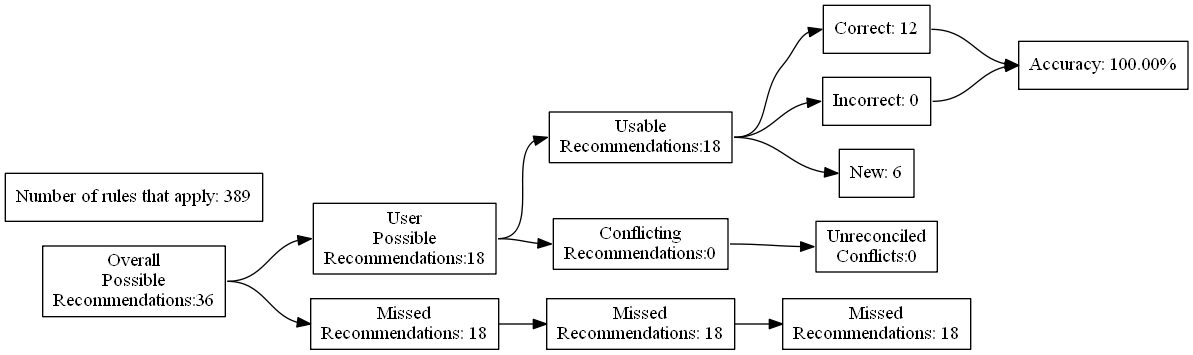
Earlier version of the Graphviz export test_renders/88.gv.png (ZaxR/ibd_diet_analysis). Its source is kept beside it as test_renders/88.gv.
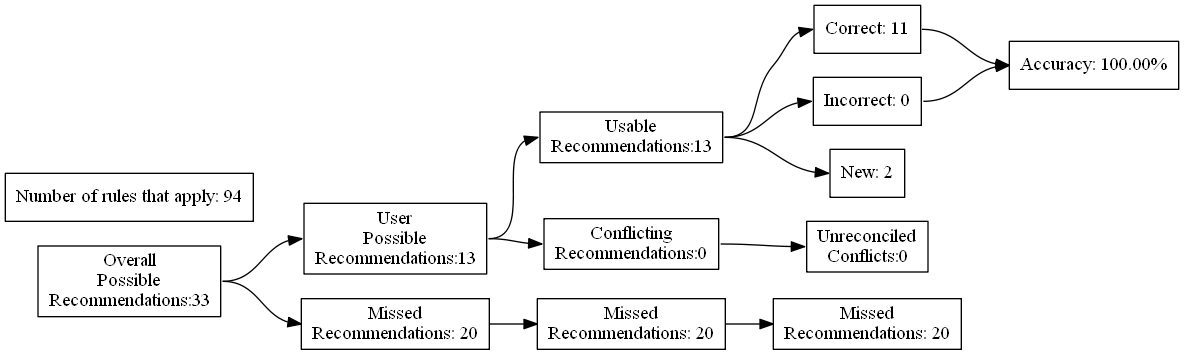
The same diagram one commit later.

What changed in the source:
```diff
@@ -4,27 +4,27 @@
 	edge [headport=w tailport=e]
 		A [label="Overall
 Possible
-Recommendations:36"]
+Recommendations:33"]
 		B [label="User
 Possible
-Recommendations:18"]
+Recommendations:13"]
 		C [label="Missed
-Recommendations: 18"]
+Recommendations: 20"]
 		D [label="Usable
-Recommendations:18"]
+Recommendations:13"]
 		E [label="Conflicting
 Recommendations:0"]
 		J [label="Missed
-Recommendations: 18"]
+Recommendations: 20"]
 		M [label="Unreconciled
 Conflicts:0"]
-		F [label="Correct: 12"]
+		F [label="Correct: 11"]
 		G [label="Incorrect: 0"]
-		H [label="New: 6"]
+		H [label="New: 2"]
 		K [label="Missed
-Recommendations: 18"]
+Recommendations: 20"]
 		I [label="Accuracy: 100.00%"]
-		l [label="Number of rules that apply: 389"]
+		l [label="Number of rules that apply: 94"]
 			A -> B
 			A -> C
 			B -> D
```
